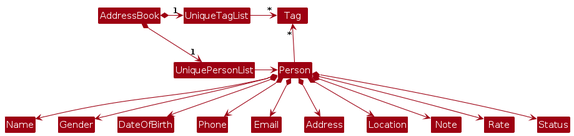
The PlantUML diagram diagrams/BetterModelClassDiagram.png in prickloll/tp, before a commit. Its source is kept beside it as diagrams/BetterModelClassDiagram.puml.
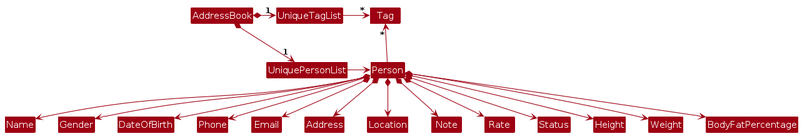
The same file after the commit.

Diff of the diagram source:
```diff
@@ -24,4 +24,7 @@
 Person *--> Note
 Person *--> Rate
 Person *--> Status
+Person *--> Height
+Person *--> Weight
+Person *--> BodyFatPercentage
 @enduml
```
